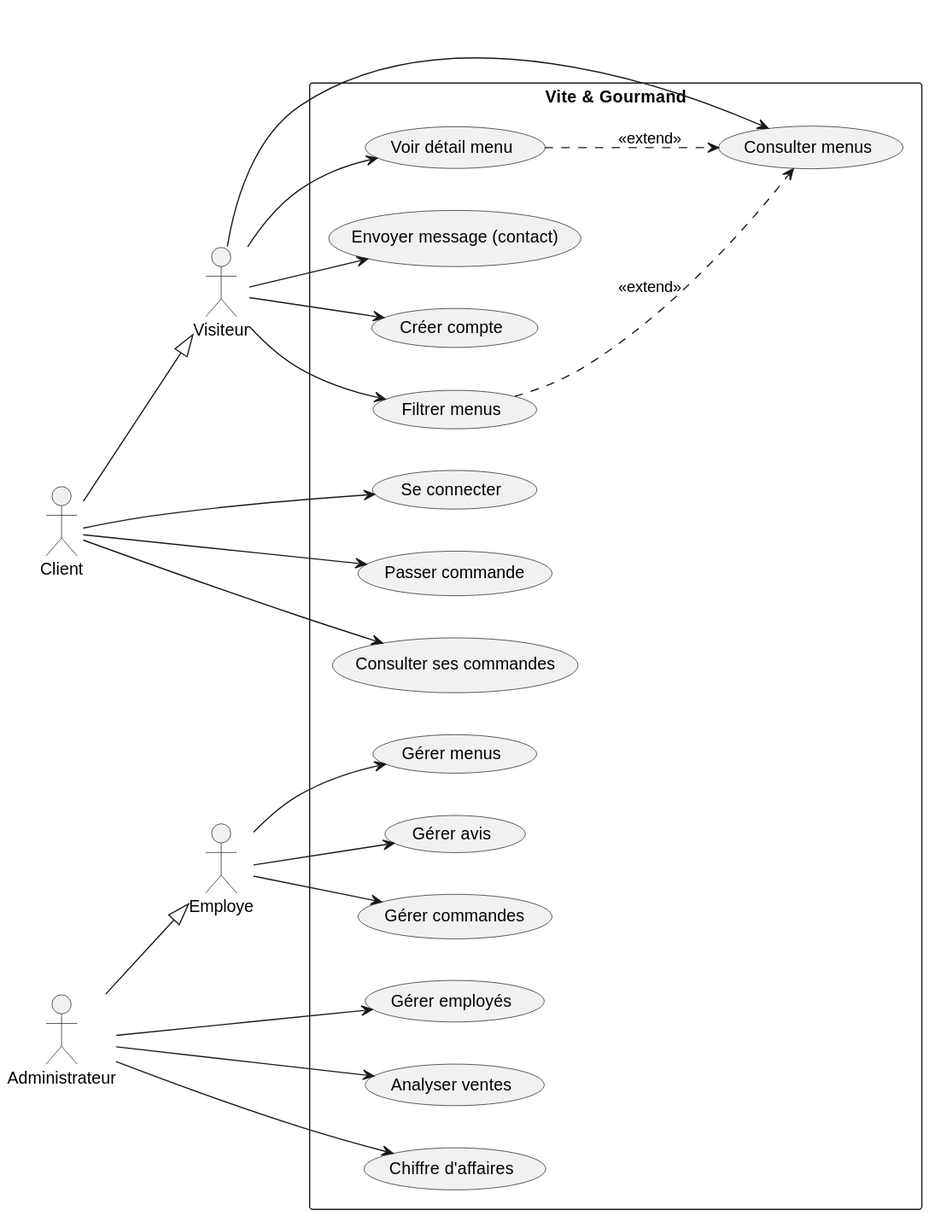
This is docs/diagrammes/cas-utilisation.svg from Meldince6790/vite-et-gourmand, a PlantUML export, as it was before one commit.
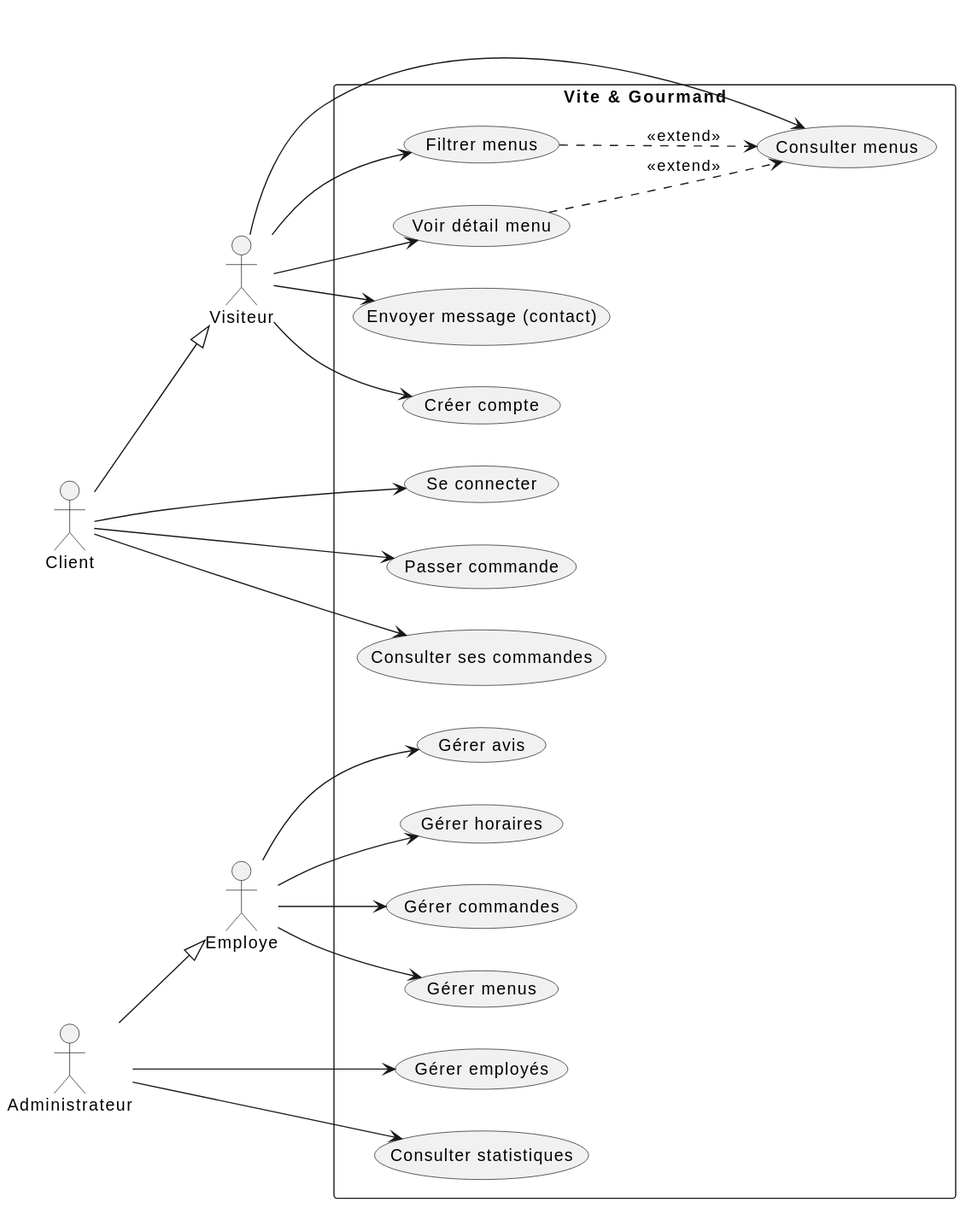
After the commit.

The edit, as a diff of the source:
```diff
@@ -24,10 +24,10 @@
   usecase "Gérer commandes" as UC9
   usecase "Gérer menus" as UC10
   usecase "Gérer avis" as UC11
+  usecase "Gérer horaires" as UC12
 
-  usecase "Gérer employés" as UC12
-  usecase "Analyser ventes" as UC13
-  usecase "Chiffre d'affaires" as UC14
+  usecase "Gérer employés" as UC13
+  usecase "Consulter statistiques" as UC14
 }
 
 
@@ -44,8 +44,8 @@
 Employe --> UC9
 Employe --> UC10
 Employe --> UC11
+Employe --> UC12
 
-Administrateur --> UC12
 Administrateur --> UC13
 Administrateur --> UC14
 
```
